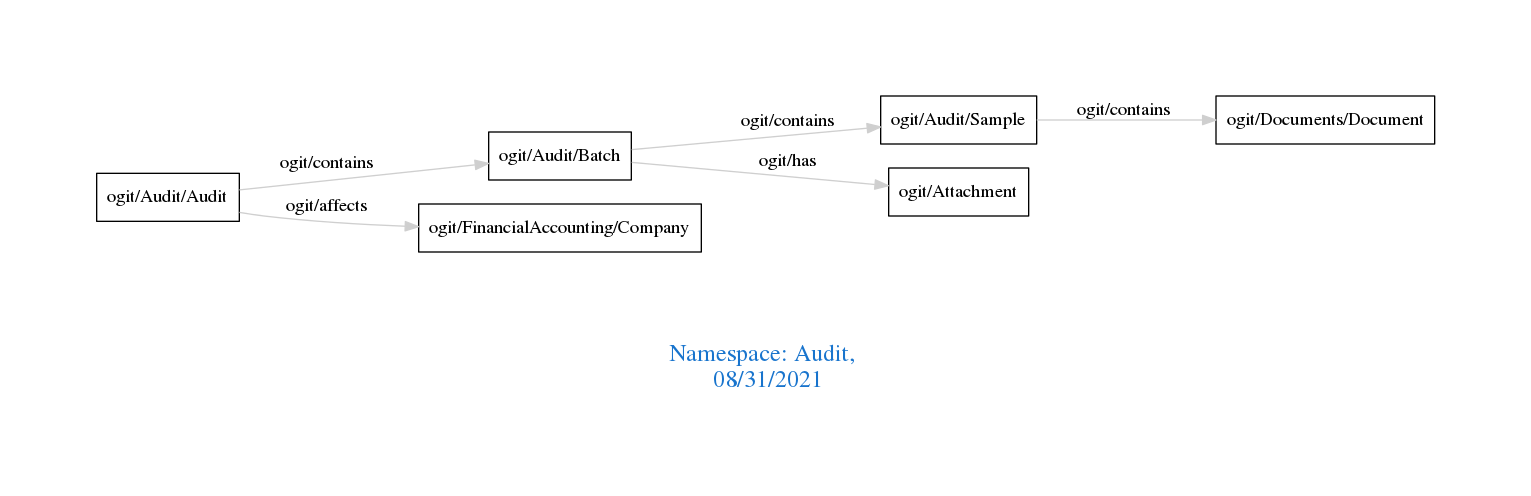
arago/OGIT keeps this Graphviz diagram as downloads/Audit.png. Above is the earlier version. Its source is kept beside it as downloads/Audit.dot.
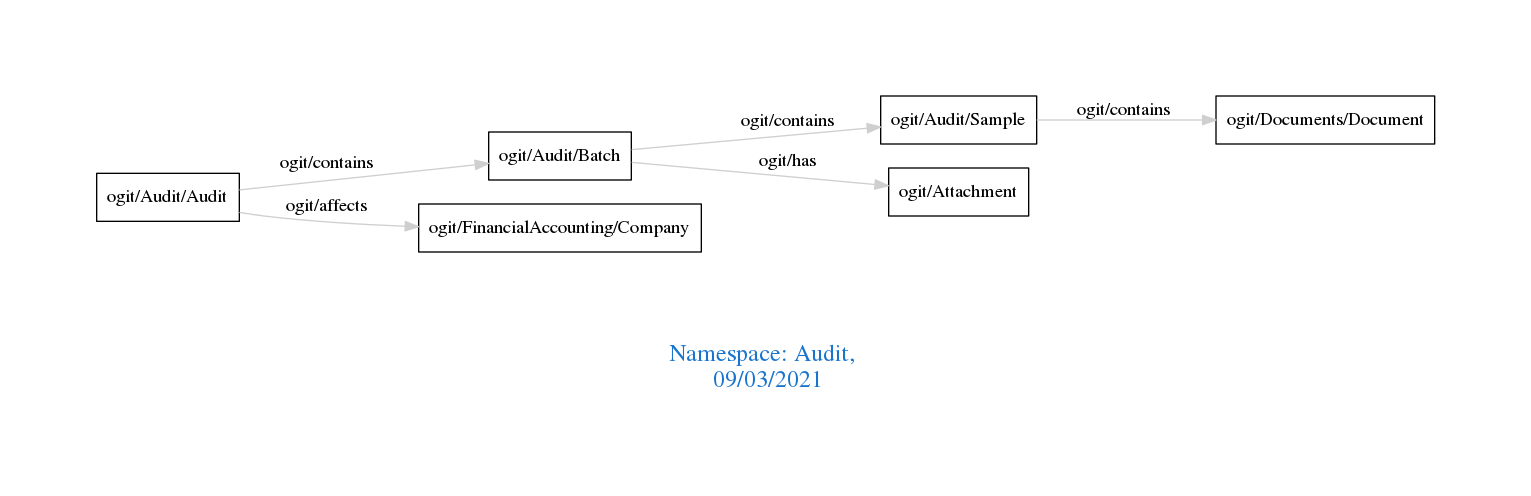
After the commit.

Change to the diagram source:
```diff
@@ -1,7 +1,7 @@
 digraph OGIT_ontology {
  graph [ rankdir= LR,pad=1
 fontsize = 18,
-fontcolor= dodgerblue3,label = "\n\n\nNamespace: Audit, \n 08/31/2021"];
+fontcolor= dodgerblue3,label = "\n\n\nNamespace: Audit, \n 09/03/2021"];
 node[shape=polygon];
 edge [  color="gray81"];
 
```
